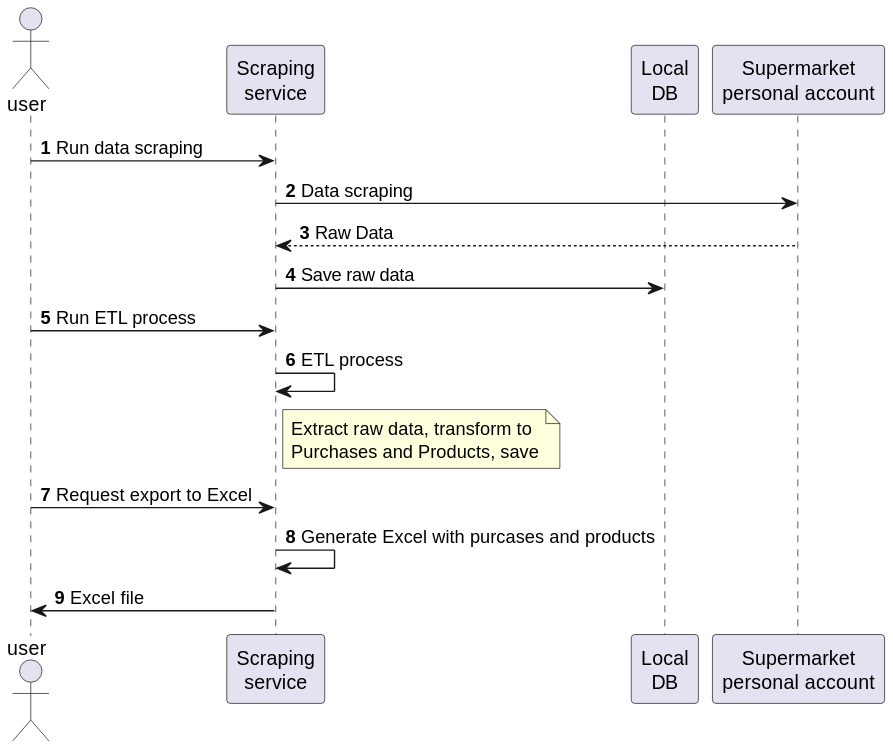
Above: scraping-process-flow.svg in serg3yjob/scraping (PlantUML), before the change. Its diagram source:
```plantuml
@startuml
autonumber
actor user
participant ss as "Scraping\nservice"
participant ldb as "Local\nDB"
participant account as "Supermarket\npersonal account"

user -> ss: Run data scraping
ss -> account: Data scraping
account --> ss: Raw Data
ss -> ldb: Save raw data
user -> ss: Run ETL process
ss -> ss: ETL process
note right ss: Extract raw data, transform to\nPurchases and Products, save
user -> ss: Request export to Excel
ss -> ss: Generate Excel with purcases and products
ss -> user: Excel file
@enduml
```
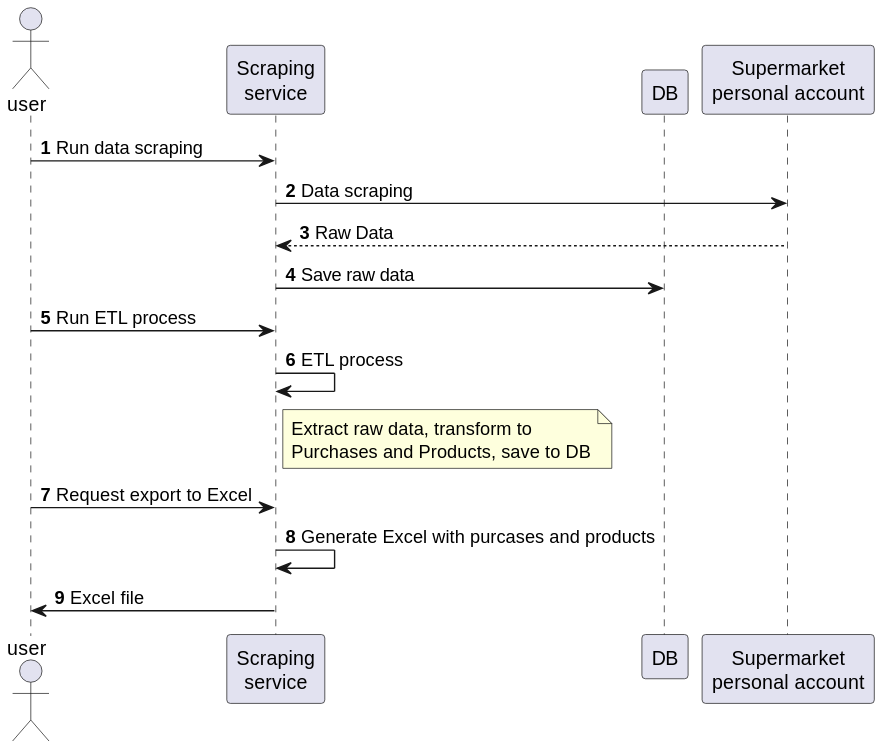
After the commit.

Commit message:
scraping aplication

Change to the diagram source:
```diff
@@ -2,16 +2,16 @@
 autonumber
 actor user
 participant ss as "Scraping\nservice"
-participant ldb as "Local\nDB"
+participant db as "DB"
 participant account as "Supermarket\npersonal account"
 
 user -> ss: Run data scraping
 ss -> account: Data scraping
 account --> ss: Raw Data
-ss -> ldb: Save raw data
+ss -> db: Save raw data
 user -> ss: Run ETL process
 ss -> ss: ETL process
-note right ss: Extract raw data, transform to\nPurchases and Products, save
+note right ss: Extract raw data, transform to\nPurchases and Products, save to DB
 user -> ss: Request export to Excel
 ss -> ss: Generate Excel with purcases and products
 ss -> user: Excel file
```
